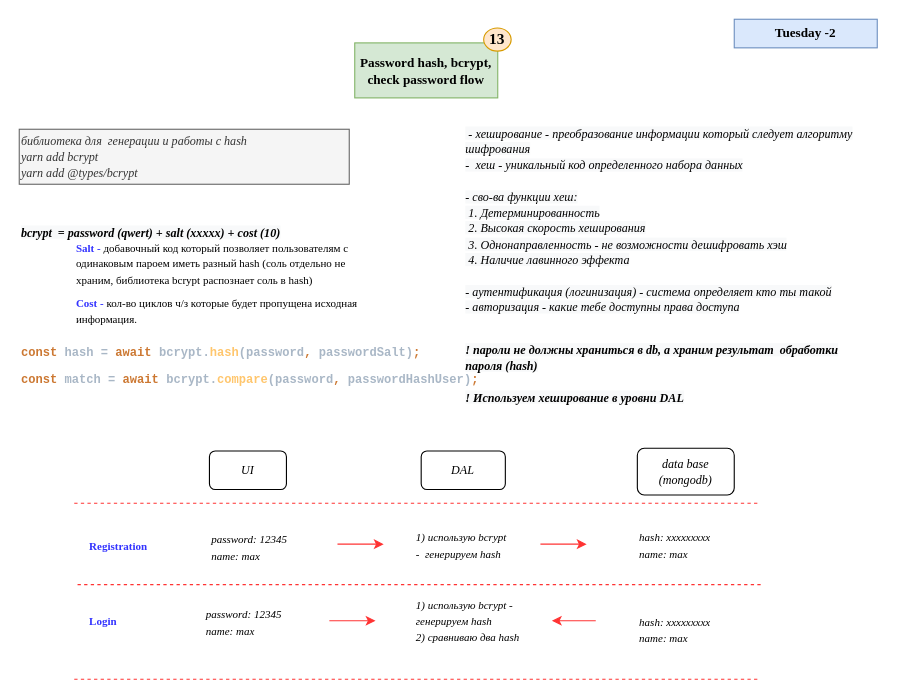
AndrosovMA/Fundamentals-NodeJS keeps this draw.io diagram as page "Tuesday" (3 of 5) of Fundamentals_conception_Node.drawio. Above is the earlier version. Source tidied: cells renumbered, new cells numbered last; positions are measured from the earlier drawing's top-left corner, leaving out a move shared by most shapes. Both pictures are drawn from the tidied source at 110%, with x=0, y=0 at pixel (19, 19).
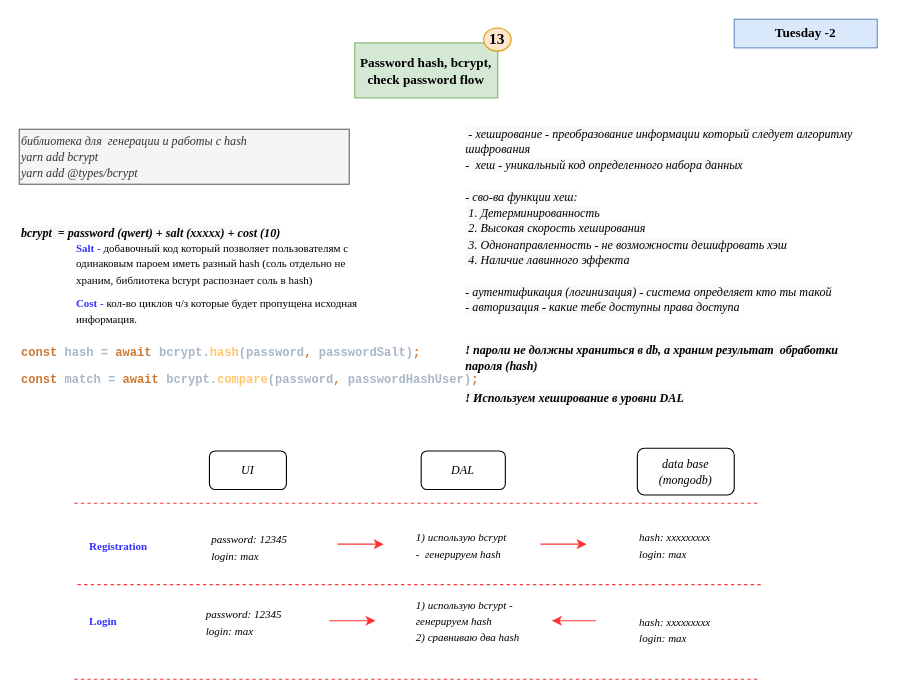
After the change.

The edit, as a diff of the source:
```diff
@@
-    <mxCell id="18" value="&lt;span style=&quot;font-size: 10px;&quot;&gt;password: 12345&lt;br&gt;name: max&lt;br&gt;&lt;/span&gt;" style="rounded=0;whiteSpace=wrap;html=1;shadow=0;dashed=1;align=left;fontFamily=Times New Roman;fontStyle=2;fillColor=none;strokeColor=none;" parent="1" vertex="1">
+    <mxCell id="18" value="&lt;span style=&quot;font-size: 10px;&quot;&gt;password: 12345&lt;br&gt;login: max&lt;br&gt;&lt;/span&gt;" style="rounded=0;whiteSpace=wrap;html=1;shadow=0;dashed=1;align=left;fontFamily=Times New Roman;fontStyle=2;fillColor=none;strokeColor=none;" parent="1" vertex="1">
       <mxGeometry x="172.9" y="462.5" width="80" height="35" as="geometry" />
     </mxCell>
@@
-    <mxCell id="22" value="&lt;span style=&quot;font-size: 10px;&quot;&gt;hash: xxxxxxxxx&lt;br&gt;name: max&lt;br&gt;&lt;/span&gt;" style="rounded=0;whiteSpace=wrap;html=1;shadow=0;dashed=1;align=left;fontFamily=Times New Roman;fontStyle=2;fillColor=none;strokeColor=none;" parent="1" vertex="1">
+    <mxCell id="22" value="&lt;span style=&quot;font-size: 10px;&quot;&gt;hash: xxxxxxxxx&lt;br&gt;&lt;/span&gt;&lt;span style=&quot;font-size: 10px;&quot;&gt;login&lt;/span&gt;&lt;span style=&quot;font-size: 10px;&quot;&gt;: max&lt;br&gt;&lt;/span&gt;" style="rounded=0;whiteSpace=wrap;html=1;shadow=0;dashed=1;align=left;fontFamily=Times New Roman;fontStyle=2;fillColor=none;strokeColor=none;" parent="1" vertex="1">
       <mxGeometry x="561.9" y="460" width="106" height="35" as="geometry" />
     </mxCell>
-    <mxCell id="23" value="&lt;span style=&quot;font-size: 10px;&quot;&gt;password: 12345&lt;br&gt;name: max&lt;br&gt;&lt;/span&gt;" style="rounded=0;whiteSpace=wrap;html=1;shadow=0;dashed=1;align=left;fontFamily=Times New Roman;fontStyle=2;fillColor=none;strokeColor=none;" parent="1" vertex="1">
+    <mxCell id="23" value="&lt;span style=&quot;font-size: 10px;&quot;&gt;password: 12345&lt;br&gt;&lt;/span&gt;&lt;span style=&quot;font-size: 10px;&quot;&gt;login&lt;/span&gt;&lt;span style=&quot;font-size: 10px;&quot;&gt;: max&lt;br&gt;&lt;/span&gt;" style="rounded=0;whiteSpace=wrap;html=1;shadow=0;dashed=1;align=left;fontFamily=Times New Roman;fontStyle=2;fillColor=none;strokeColor=none;" parent="1" vertex="1">
       <mxGeometry x="167.9" y="530.8" width="80" height="35" as="geometry" />
     </mxCell>
@@
-    <mxCell id="26" value="&lt;span style=&quot;font-size: 10px;&quot;&gt;hash: xxxxxxxxx&lt;br&gt;name: max&lt;br&gt;&lt;/span&gt;" style="rounded=0;whiteSpace=wrap;html=1;shadow=0;dashed=1;align=left;fontFamily=Times New Roman;fontStyle=2;fillColor=none;strokeColor=none;" parent="1" vertex="1">
+    <mxCell id="26" value="&lt;span style=&quot;font-size: 10px;&quot;&gt;hash: xxxxxxxxx&lt;br&gt;&lt;/span&gt;&lt;span style=&quot;font-size: 10px;&quot;&gt;login&lt;/span&gt;&lt;span style=&quot;font-size: 10px;&quot;&gt;: max&lt;br&gt;&lt;/span&gt;" style="rounded=0;whiteSpace=wrap;html=1;shadow=0;dashed=1;align=left;fontFamily=Times New Roman;fontStyle=2;fillColor=none;strokeColor=none;" parent="1" vertex="1">
       <mxGeometry x="561.9" y="537" width="106" height="35" as="geometry" />
     </mxCell>
```
